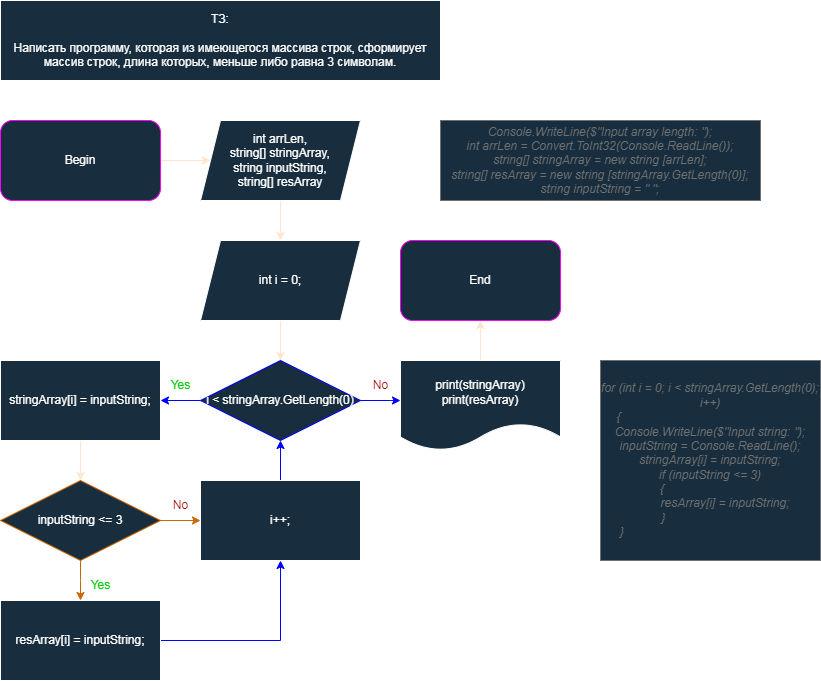
This is Homework.png from MaxKharitonov/newRepo, a draw.io export, as it was before one commit. Source tidied: cells renumbered, new cells last; positions are measured from the earlier drawing's top-left corner, leaving out a move shared by most shapes. The source it was exported from:
```xml
<mxGraphModel background="#000000">
  <root>
    <mxCell id="0" />
    <mxCell id="1" parent="0" />
    <mxCell id="2" style="edgeStyle=orthogonalEdgeStyle;rounded=0;jettySize=auto;html=1;strokeColor=#FFE6CC;" parent="1" edge="1" source="3" target="6">
      <mxGeometry relative="1" as="geometry" />
    </mxCell>
    <mxCell id="3" value="Begin" style="rounded=1;whiteSpace=wrap;html=1;labelBackgroundColor=none;fillColor=#182E3E;strokeColor=#FF00FF;fontColor=#FFFFFF;" parent="1" vertex="1">
      <mxGeometry y="120" width="160" height="80" as="geometry" />
    </mxCell>
    <mxCell id="4" value="ТЗ:&lt;br&gt;&lt;br&gt;Написать программу, которая из имеющегося массива строк, сформирует&lt;br&gt;массив строк, длина которых, меньше либо равна 3 символам." style="rounded=0;whiteSpace=wrap;html=1;strokeColor=#FFFFFF;fontColor=#FFFFFF;fillColor=#182E3E;labelBackgroundColor=none;" parent="1" vertex="1">
      <mxGeometry width="440" height="80" as="geometry" />
    </mxCell>
    <mxCell id="5" style="edgeStyle=orthogonalEdgeStyle;rounded=0;jettySize=auto;html=1;strokeColor=#FFE6CC;" parent="1" edge="1" source="6" target="9">
      <mxGeometry relative="1" as="geometry" />
    </mxCell>
    <mxCell id="6" value="int arrLen,&lt;br&gt;string[] stringArray,&lt;br&gt;string inputString,&lt;br&gt;string[] resArray" style="shape=parallelogram;perimeter=parallelogramPerimeter;whiteSpace=wrap;html=1;fixedSize=1;strokeColor=#FFFFFF;fontColor=#FFFFFF;fillColor=#182E3E;" parent="1" vertex="1">
      <mxGeometry x="200" y="120" width="160" height="80" as="geometry" />
    </mxCell>
    <mxCell id="7" value="Console.WriteLine($&quot;Input array length: &quot;);&lt;br&gt;int arrLen = Convert.ToInt32(Console.ReadLine());&lt;br&gt;string[] stringArray = new string [arrLen];&lt;br&gt;string[] resArray = new string [stringArray.GetLength(0)];&lt;br&gt;string inputString = &quot; &quot;;" style="rounded=0;whiteSpace=wrap;html=1;strokeColor=#707070;fontColor=#707070;fillColor=#182E3E;fontStyle=2;" parent="1" vertex="1">
      <mxGeometry x="440" y="120" width="320" height="80" as="geometry" />
    </mxCell>
    <mxCell id="8" style="edgeStyle=orthogonalEdgeStyle;rounded=0;jettySize=auto;html=1;strokeColor=#FFE6CC;" parent="1" edge="1" source="9" target="12">
      <mxGeometry relative="1" as="geometry" />
    </mxCell>
    <mxCell id="9" value="int i = 0;" style="shape=parallelogram;perimeter=parallelogramPerimeter;whiteSpace=wrap;html=1;fixedSize=1;strokeColor=#FFFFFF;fontColor=#FFFFFF;fillColor=#182E3E;" parent="1" vertex="1">
      <mxGeometry x="200" y="240" width="160" height="80" as="geometry" />
    </mxCell>
    <mxCell id="10" style="edgeStyle=orthogonalEdgeStyle;rounded=0;jettySize=auto;html=1;strokeColor=#0000FF;" parent="1" edge="1" source="12" target="17">
      <mxGeometry relative="1" as="geometry">
        <Array as="points">
          <mxPoint x="390" y="400" />
          <mxPoint x="390" y="400" />
        </Array>
      </mxGeometry>
    </mxCell>
    <mxCell id="11" style="edgeStyle=orthogonalEdgeStyle;rounded=0;jettySize=auto;html=1;strokeColor=#0000FF;" parent="1" edge="1" source="12" target="22">
      <mxGeometry relative="1" as="geometry" />
    </mxCell>
    <mxCell id="12" value="i &amp;lt; stringArray.GetLength(0)" style="rhombus;whiteSpace=wrap;html=1;strokeColor=#0000FF;fontColor=#FFFFFF;fillColor=#182E3E;" parent="1" vertex="1">
      <mxGeometry x="200" y="360" width="160" height="80" as="geometry" />
    </mxCell>
    <mxCell id="13" style="edgeStyle=orthogonalEdgeStyle;rounded=0;jettySize=auto;html=1;strokeColor=#CC6600;" parent="1" edge="1" source="15" target="26">
      <mxGeometry relative="1" as="geometry" />
    </mxCell>
    <mxCell id="14" style="edgeStyle=orthogonalEdgeStyle;rounded=0;jettySize=auto;html=1;strokeColor=#CC6600;entryX=0.5;entryY=0;entryDx=0;entryDy=0;" parent="1" edge="1" source="15" target="24">
      <mxGeometry relative="1" as="geometry">
        <Array as="points">
          <mxPoint x="80" y="580" />
          <mxPoint x="80" y="580" />
        </Array>
      </mxGeometry>
    </mxCell>
    <mxCell id="15" value="inputString &amp;lt;= 3" style="rhombus;whiteSpace=wrap;html=1;strokeColor=#CC6600;fontColor=#FFFFFF;fillColor=#182E3E;" parent="1" vertex="1">
      <mxGeometry y="480" width="160" height="80" as="geometry" />
    </mxCell>
    <mxCell id="16" style="edgeStyle=orthogonalEdgeStyle;rounded=0;jettySize=auto;html=1;strokeColor=#FFE6CC;" parent="1" edge="1" source="17" target="20">
      <mxGeometry relative="1" as="geometry">
        <Array as="points">
          <mxPoint x="480" y="405" />
        </Array>
      </mxGeometry>
    </mxCell>
    <mxCell id="17" value="print(stringArray)&lt;br&gt;print(resArray)" style="shape=document;whiteSpace=wrap;html=1;boundedLbl=1;strokeColor=#FFFFFF;fontColor=#FFFFFF;fillColor=#182E3E;verticalAlign=middle;" parent="1" vertex="1">
      <mxGeometry x="400" y="360" width="160" height="90" as="geometry" />
    </mxCell>
    <mxCell id="18" value="&lt;font color=&quot;#990000&quot;&gt;No&lt;/font&gt;" style="text;html=1;align=center;verticalAlign=middle;strokeColor=none;fillColor=none;fontColor=#FFFFFF;" parent="1" vertex="1">
      <mxGeometry x="360" y="370" width="40" height="30" as="geometry" />
    </mxCell>
    <mxCell id="19" value="&lt;font color=&quot;#00cc00&quot;&gt;Yes&lt;/font&gt;" style="text;html=1;align=center;verticalAlign=middle;strokeColor=none;fillColor=none;fontColor=#FFFFFF;" parent="1" vertex="1">
      <mxGeometry x="160" y="370" width="40" height="30" as="geometry" />
    </mxCell>
    <mxCell id="20" value="End" style="rounded=1;whiteSpace=wrap;html=1;strokeColor=#FF00FF;fontColor=#FFFFFF;fillColor=#182E3E;labelBorderColor=none;labelBackgroundColor=none;gradientColor=none;" parent="1" vertex="1">
      <mxGeometry x="400" y="240" width="160" height="80" as="geometry" />
    </mxCell>
    <mxCell id="21" style="edgeStyle=orthogonalEdgeStyle;rounded=0;jettySize=auto;html=1;strokeColor=#FFE6CC;" parent="1" edge="1" source="22" target="15">
      <mxGeometry relative="1" as="geometry" />
    </mxCell>
    <mxCell id="22" value="stringArray[i] = inputString;" style="rounded=0;whiteSpace=wrap;html=1;strokeColor=#FFFFFF;fontColor=#FFFFFF;fillColor=#182E3E;" parent="1" vertex="1">
      <mxGeometry y="360" width="160" height="80" as="geometry" />
    </mxCell>
    <mxCell id="23" style="edgeStyle=orthogonalEdgeStyle;rounded=0;jettySize=auto;html=1;strokeColor=#0000FF;exitX=1;exitY=0.5;exitDx=0;exitDy=0;entryX=0.5;entryY=1;entryDx=0;entryDy=0;" parent="1" edge="1" source="24" target="26">
      <mxGeometry relative="1" as="geometry">
        <Array as="points">
          <mxPoint x="280" y="640" />
        </Array>
      </mxGeometry>
    </mxCell>
    <mxCell id="24" value="resArray[i] = inputString;" style="rounded=0;whiteSpace=wrap;html=1;strokeColor=#FFFFFF;fontColor=#FFFFFF;fillColor=#182E3E;" parent="1" vertex="1">
      <mxGeometry y="600" width="160" height="80" as="geometry" />
    </mxCell>
    <mxCell id="25" style="edgeStyle=orthogonalEdgeStyle;rounded=0;jettySize=auto;html=1;strokeColor=#0000FF;exitX=0.5;exitY=0;exitDx=0;exitDy=0;entryX=0.5;entryY=1;entryDx=0;entryDy=0;" parent="1" edge="1" source="26" target="12">
      <mxGeometry relative="1" as="geometry" />
    </mxCell>
    <mxCell id="26" value="i++;" style="rounded=0;whiteSpace=wrap;html=1;strokeColor=#FFFFFF;fontColor=#FFFFFF;fillColor=#182E3E;" parent="1" vertex="1">
      <mxGeometry x="200" y="480" width="160" height="80" as="geometry" />
    </mxCell>
    <mxCell id="27" value="&lt;font color=&quot;#990000&quot;&gt;No&lt;/font&gt;" style="text;html=1;align=center;verticalAlign=middle;strokeColor=none;fillColor=none;fontColor=#FFFFFF;" parent="1" vertex="1">
      <mxGeometry x="160" y="490" width="40" height="30" as="geometry" />
    </mxCell>
    <mxCell id="28" value="&lt;font color=&quot;#00cc00&quot;&gt;Yes&lt;/font&gt;" style="text;html=1;align=center;verticalAlign=middle;strokeColor=none;fillColor=none;fontColor=#FFFFFF;" parent="1" vertex="1">
      <mxGeometry x="80" y="570" width="40" height="30" as="geometry" />
    </mxCell>
    <mxCell id="29" value="for (int i = 0; i &amp;lt; stringArray.GetLength(0); i++) &lt;br&gt;{&amp;nbsp; &amp;nbsp; &amp;nbsp; &amp;nbsp; &amp;nbsp; &amp;nbsp; &amp;nbsp; &amp;nbsp; &amp;nbsp; &amp;nbsp; &amp;nbsp; &amp;nbsp; &amp;nbsp; &amp;nbsp; &amp;nbsp; &amp;nbsp; &amp;nbsp; &amp;nbsp; &amp;nbsp; &amp;nbsp; &amp;nbsp; &amp;nbsp; &amp;nbsp; &amp;nbsp; &amp;nbsp; &amp;nbsp; &amp;nbsp; &amp;nbsp;&lt;br&gt;Console.WriteLine($&quot;Input string: &quot;);&lt;br&gt;inputString = Console.ReadLine(); stringArray[i] = inputString;&lt;br&gt;if (inputString &amp;lt;= 3)&lt;br&gt;{&amp;nbsp; &amp;nbsp; &amp;nbsp; &amp;nbsp; &amp;nbsp; &amp;nbsp; &amp;nbsp; &amp;nbsp; &amp;nbsp; &amp;nbsp; &amp;nbsp; &amp;nbsp; &amp;nbsp; &amp;nbsp; &amp;nbsp;&lt;br&gt;&amp;nbsp; &amp;nbsp; &amp;nbsp; &amp;nbsp; &amp;nbsp;resArray[i] = inputString;&lt;br&gt;}&amp;nbsp; &amp;nbsp; &amp;nbsp; &amp;nbsp; &amp;nbsp; &amp;nbsp; &amp;nbsp; &amp;nbsp; &amp;nbsp; &amp;nbsp; &amp;nbsp; &amp;nbsp; &amp;nbsp; &amp;nbsp;&amp;nbsp;&lt;br&gt;}&amp;nbsp; &amp;nbsp; &amp;nbsp; &amp;nbsp; &amp;nbsp; &amp;nbsp; &amp;nbsp; &amp;nbsp; &amp;nbsp; &amp;nbsp; &amp;nbsp; &amp;nbsp; &amp;nbsp; &amp;nbsp; &amp;nbsp; &amp;nbsp; &amp;nbsp; &amp;nbsp; &amp;nbsp; &amp;nbsp; &amp;nbsp; &amp;nbsp; &amp;nbsp; &amp;nbsp; &amp;nbsp; &amp;nbsp; &amp;nbsp;" style="rounded=0;whiteSpace=wrap;html=1;labelBackgroundColor=none;labelBorderColor=none;strokeColor=#707070;fontColor=#707070;fillColor=#182E3E;gradientColor=none;fontStyle=2;" parent="1" vertex="1">
      <mxGeometry x="600" y="360" width="220" height="200" as="geometry" />
    </mxCell>
  </root>
</mxGraphModel>
```
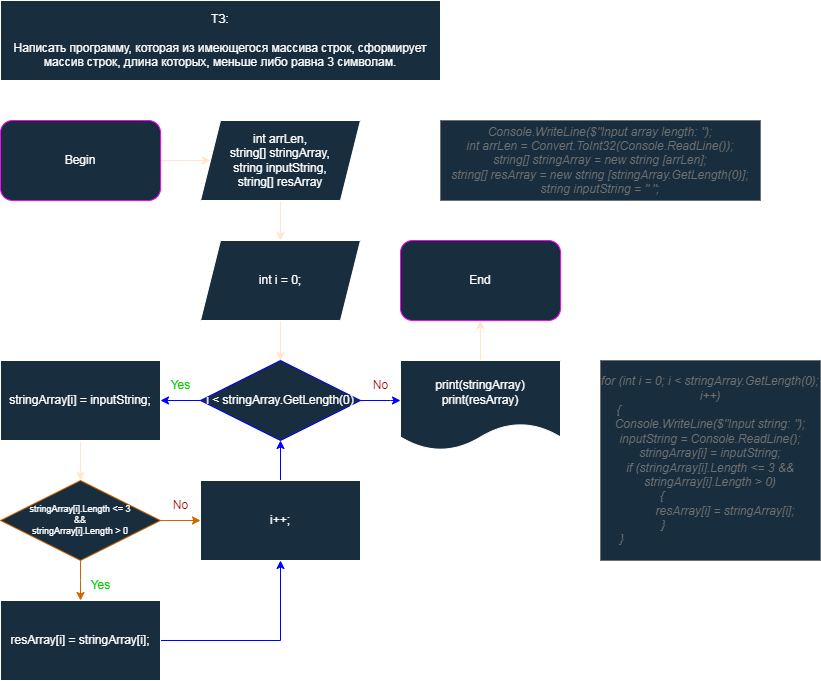
The same file after the commit.

Change to the diagram source:
```diff
@@ -51,7 +51,7 @@
         </Array>
       </mxGeometry>
     </mxCell>
-    <mxCell id="15" value="inputString &amp;lt;= 3" style="rhombus;whiteSpace=wrap;html=1;strokeColor=#CC6600;fontColor=#FFFFFF;fillColor=#182E3E;" parent="1" vertex="1">
+    <mxCell id="15" value="stringArray[i].Length &amp;lt;= 3&lt;br style=&quot;font-size: 9px;&quot;&gt;&amp;amp;&amp;amp;&lt;br style=&quot;font-size: 9px;&quot;&gt;stringArray[i].Length &amp;gt; 0" style="rhombus;whiteSpace=wrap;html=1;strokeColor=#CC6600;fontColor=#FFFFFF;fillColor=#182E3E;fontSize=9;" parent="1" vertex="1">
       <mxGeometry y="480" width="160" height="80" as="geometry" />
     </mxCell>
     <mxCell id="16" style="edgeStyle=orthogonalEdgeStyle;rounded=0;jettySize=auto;html=1;strokeColor=#FFE6CC;" parent="1" edge="1" source="17" target="20">
@@ -86,7 +86,7 @@
         </Array>
       </mxGeometry>
     </mxCell>
-    <mxCell id="24" value="resArray[i] = inputString;" style="rounded=0;whiteSpace=wrap;html=1;strokeColor=#FFFFFF;fontColor=#FFFFFF;fillColor=#182E3E;" parent="1" vertex="1">
+    <mxCell id="24" value="resArray[i] = stringArray[i];" style="rounded=0;whiteSpace=wrap;html=1;strokeColor=#FFFFFF;fontColor=#FFFFFF;fillColor=#182E3E;" parent="1" vertex="1">
       <mxGeometry y="600" width="160" height="80" as="geometry" />
     </mxCell>
     <mxCell id="25" style="edgeStyle=orthogonalEdgeStyle;rounded=0;jettySize=auto;html=1;strokeColor=#0000FF;exitX=0.5;exitY=0;exitDx=0;exitDy=0;entryX=0.5;entryY=1;entryDx=0;entryDy=0;" parent="1" edge="1" source="26" target="12">
@@ -101,7 +101,7 @@
     <mxCell id="28" value="&lt;font color=&quot;#00cc00&quot;&gt;Yes&lt;/font&gt;" style="text;html=1;align=center;verticalAlign=middle;strokeColor=none;fillColor=none;fontColor=#FFFFFF;" parent="1" vertex="1">
       <mxGeometry x="80" y="570" width="40" height="30" as="geometry" />
     </mxCell>
-    <mxCell id="29" value="for (int i = 0; i &amp;lt; stringArray.GetLength(0); i++) &lt;br&gt;{&amp;nbsp; &amp;nbsp; &amp;nbsp; &amp;nbsp; &amp;nbsp; &amp;nbsp; &amp;nbsp; &amp;nbsp; &amp;nbsp; &amp;nbsp; &amp;nbsp; &amp;nbsp; &amp;nbsp; &amp;nbsp; &amp;nbsp; &amp;nbsp; &amp;nbsp; &amp;nbsp; &amp;nbsp; &amp;nbsp; &amp;nbsp; &amp;nbsp; &amp;nbsp; &amp;nbsp; &amp;nbsp; &amp;nbsp; &amp;nbsp; &amp;nbsp;&lt;br&gt;Console.WriteLine($&quot;Input string: &quot;);&lt;br&gt;inputString = Console.ReadLine(); stringArray[i] = inputString;&lt;br&gt;if (inputString &amp;lt;= 3)&lt;br&gt;{&amp;nbsp; &amp;nbsp; &amp;nbsp; &amp;nbsp; &amp;nbsp; &amp;nbsp; &amp;nbsp; &amp;nbsp; &amp;nbsp; &amp;nbsp; &amp;nbsp; &amp;nbsp; &amp;nbsp; &amp;nbsp; &amp;nbsp;&lt;br&gt;&amp;nbsp; &amp;nbsp; &amp;nbsp; &amp;nbsp; &amp;nbsp;resArray[i] = inputString;&lt;br&gt;}&amp;nbsp; &amp;nbsp; &amp;nbsp; &amp;nbsp; &amp;nbsp; &amp;nbsp; &amp;nbsp; &amp;nbsp; &amp;nbsp; &amp;nbsp; &amp;nbsp; &amp;nbsp; &amp;nbsp; &amp;nbsp;&amp;nbsp;&lt;br&gt;}&amp;nbsp; &amp;nbsp; &amp;nbsp; &amp;nbsp; &amp;nbsp; &amp;nbsp; &amp;nbsp; &amp;nbsp; &amp;nbsp; &amp;nbsp; &amp;nbsp; &amp;nbsp; &amp;nbsp; &amp;nbsp; &amp;nbsp; &amp;nbsp; &amp;nbsp; &amp;nbsp; &amp;nbsp; &amp;nbsp; &amp;nbsp; &amp;nbsp; &amp;nbsp; &amp;nbsp; &amp;nbsp; &amp;nbsp; &amp;nbsp;" style="rounded=0;whiteSpace=wrap;html=1;labelBackgroundColor=none;labelBorderColor=none;strokeColor=#707070;fontColor=#707070;fillColor=#182E3E;gradientColor=none;fontStyle=2;" parent="1" vertex="1">
+    <mxCell id="29" value="for (int i = 0; i &amp;lt; stringArray.GetLength(0); i++) &lt;br&gt;{&amp;nbsp; &amp;nbsp; &amp;nbsp; &amp;nbsp; &amp;nbsp; &amp;nbsp; &amp;nbsp; &amp;nbsp; &amp;nbsp; &amp;nbsp; &amp;nbsp; &amp;nbsp; &amp;nbsp; &amp;nbsp; &amp;nbsp; &amp;nbsp; &amp;nbsp; &amp;nbsp; &amp;nbsp; &amp;nbsp; &amp;nbsp; &amp;nbsp; &amp;nbsp; &amp;nbsp; &amp;nbsp; &amp;nbsp; &amp;nbsp; &amp;nbsp;&lt;br&gt;Console.WriteLine($&quot;Input string: &quot;);&lt;br&gt;inputString = Console.ReadLine(); stringArray[i] = inputString;&lt;br&gt;if (stringArray[i].Length &amp;lt;= 3 &amp;amp;&amp;amp; stringArray[i].Length &amp;gt; 0)&lt;br&gt;{&amp;nbsp; &amp;nbsp; &amp;nbsp; &amp;nbsp; &amp;nbsp; &amp;nbsp; &amp;nbsp; &amp;nbsp; &amp;nbsp; &amp;nbsp; &amp;nbsp; &amp;nbsp; &amp;nbsp; &amp;nbsp; &amp;nbsp;&lt;br&gt;&amp;nbsp; &amp;nbsp; &amp;nbsp; &amp;nbsp; &amp;nbsp;resArray[i] = stringArray[i];&lt;br&gt;}&amp;nbsp; &amp;nbsp; &amp;nbsp; &amp;nbsp; &amp;nbsp; &amp;nbsp; &amp;nbsp; &amp;nbsp; &amp;nbsp; &amp;nbsp; &amp;nbsp; &amp;nbsp; &amp;nbsp; &amp;nbsp;&amp;nbsp;&lt;br&gt;}&amp;nbsp; &amp;nbsp; &amp;nbsp; &amp;nbsp; &amp;nbsp; &amp;nbsp; &amp;nbsp; &amp;nbsp; &amp;nbsp; &amp;nbsp; &amp;nbsp; &amp;nbsp; &amp;nbsp; &amp;nbsp; &amp;nbsp; &amp;nbsp; &amp;nbsp; &amp;nbsp; &amp;nbsp; &amp;nbsp; &amp;nbsp; &amp;nbsp; &amp;nbsp; &amp;nbsp; &amp;nbsp; &amp;nbsp; &amp;nbsp;" style="rounded=0;whiteSpace=wrap;html=1;labelBackgroundColor=none;labelBorderColor=none;strokeColor=#707070;fontColor=#707070;fillColor=#182E3E;gradientColor=none;fontStyle=2;" parent="1" vertex="1">
       <mxGeometry x="600" y="360" width="220" height="200" as="geometry" />
     </mxCell>
   </root>
```
